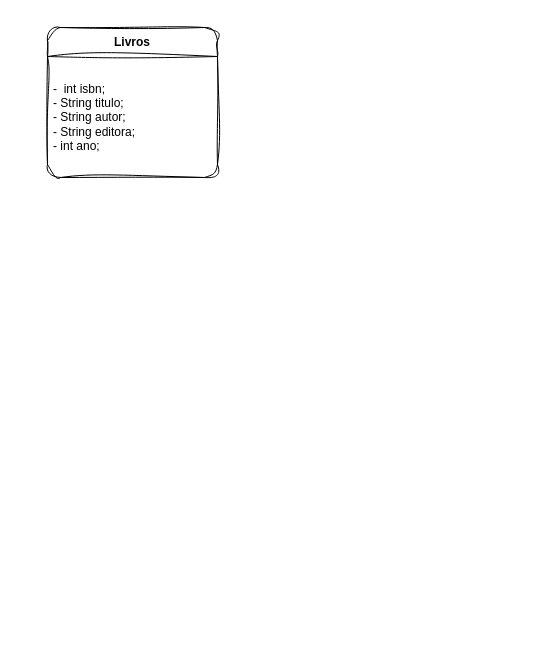
Earlier version of the draw.io diagram Análise e Projetos Orientados a Objetos/Lista02/Ex01/Lista02Ex01/Lista02Ex01.drawio (Krittz/IFTM-ADS). Source tidied: cells renumbered, new cells numbered last; positions are measured from the earlier drawing's top-left corner, leaving out a move shared by most shapes. Both pictures are drawn from the tidied source at 100%, with x=0, y=0 at pixel (47, 27).
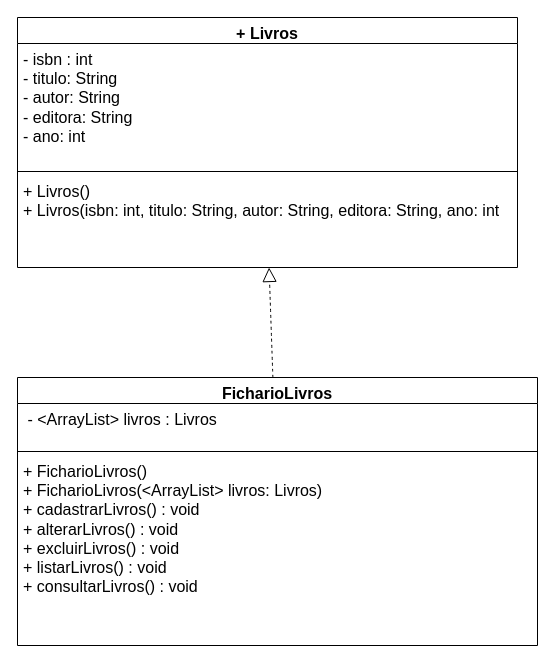
The same page after the edit.

What changed in the source:
```diff
@@
 <mxGraphModel>
   <root>
     <mxCell id="0" />
     <mxCell id="1" parent="0" />
-    <mxCell id="2" value="Livros" style="swimlane;fontStyle=1;align=center;verticalAlign=middle;horizontal=1;startSize=29;html=1;whiteSpace=wrap;rounded=1;sketch=1;curveFitting=1;jiggle=2;labelBackgroundColor=none;" parent="1" vertex="1">
-      <mxGeometry width="170" height="150" as="geometry" />
-    </mxCell>
-    <mxCell id="3" value="-&amp;nbsp; int isbn;&lt;br&gt;- String titulo;&lt;br&gt;- String autor;&lt;br&gt;- String editora;&lt;br&gt;- int ano;" style="text;html=1;strokeColor=none;fillColor=none;align=left;verticalAlign=middle;spacingLeft=4;spacingRight=4;overflow=hidden;whiteSpace=wrap;rounded=1;sketch=1;curveFitting=1;jiggle=2;labelBackgroundColor=none;" parent="2" vertex="1">
-      <mxGeometry y="29" width="170" height="121" as="geometry" />
-    </mxCell>
+    <mxCell id="4" value="+ Livros" style="swimlane;fontStyle=1;align=center;verticalAlign=top;horizontal=1;startSize=26;whiteSpace=wrap;html=1;fontSize=16;" parent="1" vertex="1">
+      <mxGeometry x="-30" y="-10" width="500" height="250" as="geometry" />
+    </mxCell>
+    <mxCell id="5" value="- isbn : int&lt;br&gt;- titulo: String&lt;br&gt;- autor: String&lt;br&gt;- editora: String&lt;br&gt;- ano: int" style="text;strokeColor=none;fillColor=none;align=left;verticalAlign=top;spacingLeft=4;spacingRight=4;overflow=hidden;whiteSpace=wrap;html=1;fontSize=16;" parent="4" vertex="1">
+      <mxGeometry y="26" width="500" height="124" as="geometry" />
+    </mxCell>
+    <mxCell id="6" style="line;strokeWidth=1;fillColor=none;align=left;verticalAlign=middle;spacingTop=-1;spacingLeft=3;spacingRight=3;labelPosition=right;strokeColor=inherit;fontSize=16;" parent="4" vertex="1">
+      <mxGeometry y="150" width="500" height="8" as="geometry" />
+    </mxCell>
+    <mxCell id="7" value="+ Livros()&lt;br&gt;+ Livros(isbn: int, titulo: String, autor: String, editora: String, ano: int" style="text;strokeColor=none;fillColor=none;align=left;verticalAlign=top;spacingLeft=4;spacingRight=4;overflow=hidden;points=[[0,0.5],[1,0.5]];portConstraint=eastwest;whiteSpace=wrap;html=1;fontSize=16;" parent="4" vertex="1">
+      <mxGeometry y="158" width="500" height="92" as="geometry" />
+    </mxCell>
+    <mxCell id="8" value="FicharioLivros" style="swimlane;fontStyle=1;align=center;verticalAlign=top;horizontal=1;startSize=26;whiteSpace=wrap;html=1;fontSize=16;" parent="1" vertex="1">
+      <mxGeometry x="-30" y="350" width="520" height="268" as="geometry" />
+    </mxCell>
+    <mxCell id="9" value="&amp;nbsp;- &amp;lt;ArrayList&amp;gt; livros : Livros&lt;br&gt;" style="text;strokeColor=none;fillColor=none;align=left;verticalAlign=top;spacingLeft=4;spacingRight=4;overflow=hidden;whiteSpace=wrap;html=1;fontSize=16;" parent="8" vertex="1">
+      <mxGeometry y="26" width="520" height="44" as="geometry" />
+    </mxCell>
+    <mxCell id="10" style="line;strokeWidth=1;fillColor=none;align=left;verticalAlign=middle;spacingTop=-1;spacingLeft=3;spacingRight=3;labelPosition=right;strokeColor=inherit;fontSize=16;" parent="8" vertex="1">
+      <mxGeometry y="70" width="520" height="8" as="geometry" />
+    </mxCell>
+    <mxCell id="11" value="+ FicharioLivros()&lt;br&gt;+ FicharioLivros(&amp;lt;ArrayList&amp;gt; livros: Livros)&lt;br&gt;+ cadastrarLivros() : void&lt;br&gt;+ alterarLivros() : void&lt;br&gt;+ excluirLivros() : void&lt;br&gt;+ listarLivros() : void&lt;br&gt;+ consultarLivros() : void" style="text;strokeColor=none;fillColor=none;align=left;verticalAlign=top;spacingLeft=4;spacingRight=4;overflow=hidden;whiteSpace=wrap;html=1;fontSize=16;" parent="8" vertex="1">
+      <mxGeometry y="78" width="520" height="190" as="geometry" />
+    </mxCell>
+    <mxCell id="12" style="endArrow=block;dashed=1;endFill=0;endSize=12;html=1;rounded=0;fontSize=12;curved=1;" parent="1" edge="1" source="8" target="7">
+      <mxGeometry relative="1" as="geometry" />
+    </mxCell>
   </root>
 </mxGraphModel>
```
